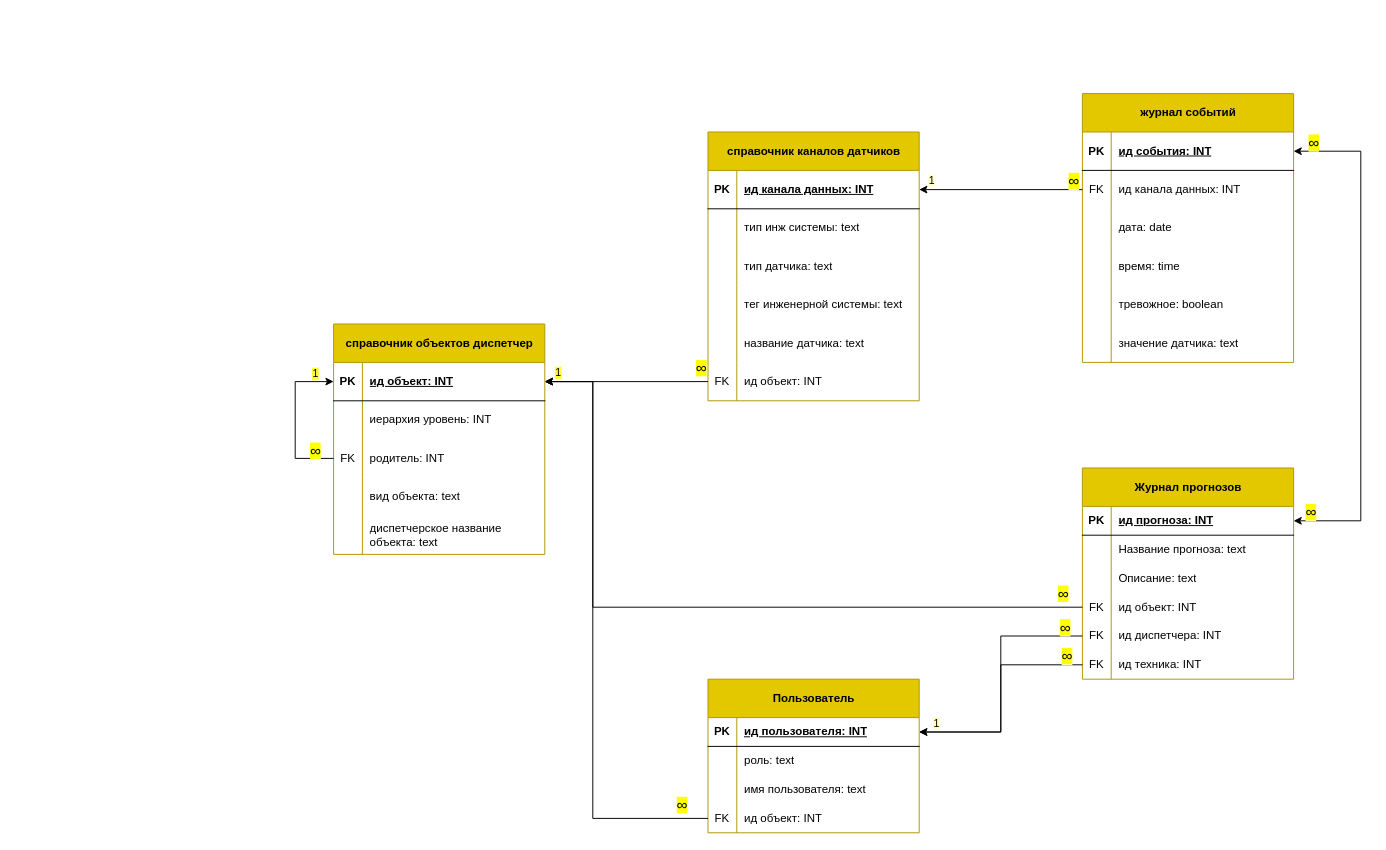
Earlier version of the draw.io diagram page "ERL" (2 of 3) of docs/diagram/ER.drawio (sa100h/lct). Source tidied: cells renumbered, new cells numbered last; positions are measured from the earlier drawing's top-left corner, leaving out a move shared by most shapes. Both pictures are drawn from the tidied source at 96%, with x=0, y=0 at pixel (295, 93).
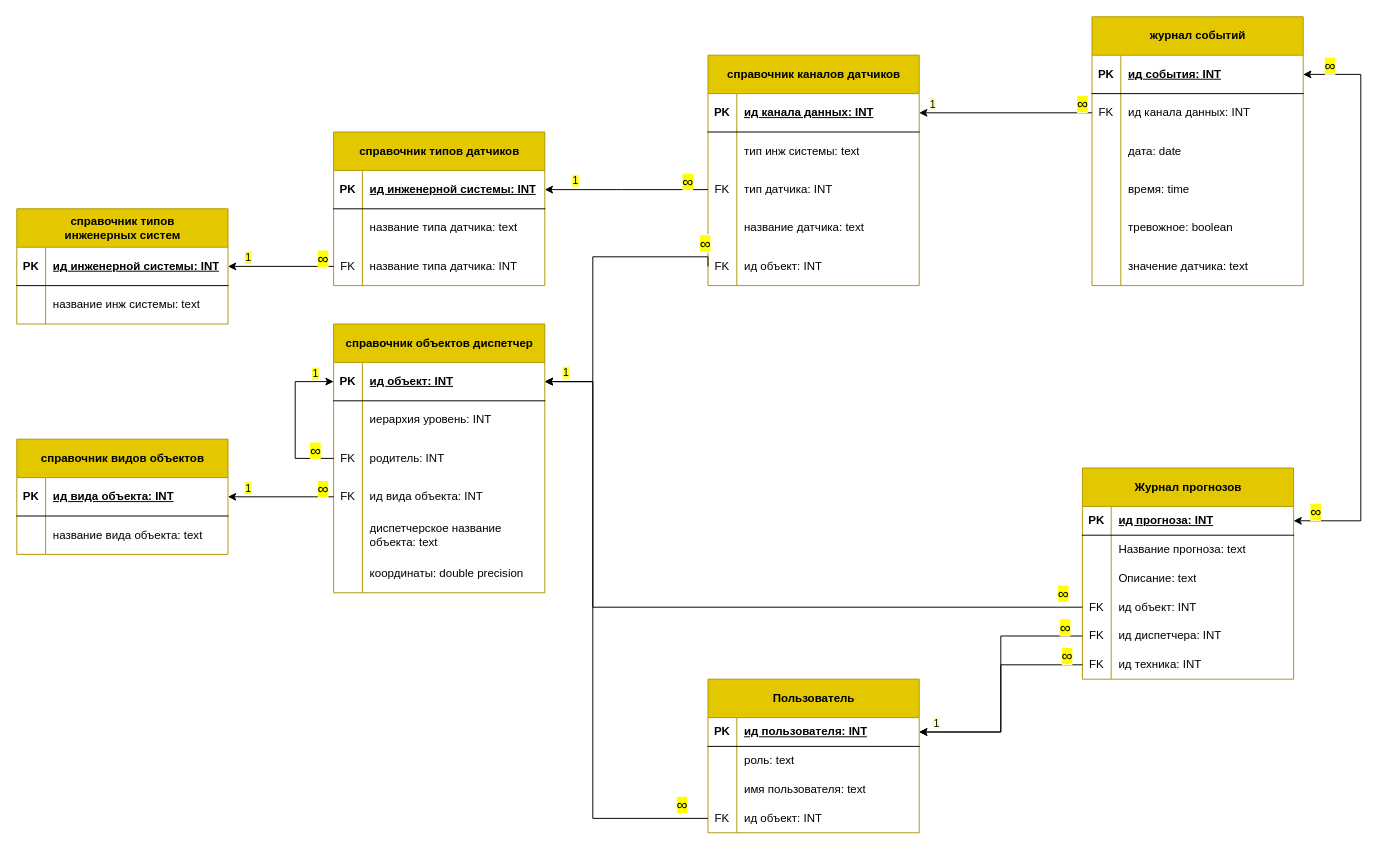
The same page after the edit.

Unchanged cells that the change refers to:
```xml
<mxCell id="3" style="shape=tableRow;horizontal=0;startSize=0;swimlaneHead=0;swimlaneBody=0;fillColor=none;points=[[0,0.5],[1,0.5]];portConstraint=eastwest;top=0;left=0;right=0;bottom=1;" parent="2" vertex="1">
  <mxGeometry y="40" width="220" height="40" as="geometry" />
</mxCell>
<mxCell id="12" style="shape=tableRow;horizontal=0;startSize=0;swimlaneHead=0;swimlaneBody=0;fillColor=none;points=[[0,0.5],[1,0.5]];portConstraint=eastwest;top=0;left=0;right=0;bottom=0;" parent="2" vertex="1">
  <mxGeometry y="160" width="220" height="40" as="geometry" />
</mxCell>
<mxCell id="25" style="shape=tableRow;horizontal=0;startSize=0;swimlaneHead=0;swimlaneBody=0;fillColor=none;points=[[0,0.5],[1,0.5]];portConstraint=eastwest;top=0;left=0;right=0;bottom=0;" parent="18" vertex="1">
  <mxGeometry y="120" width="220" height="40" as="geometry" />
</mxCell>
<mxCell id="41" style="shape=tableRow;horizontal=0;startSize=0;swimlaneHead=0;swimlaneBody=0;fillColor=none;points=[[0,0.5],[1,0.5]];portConstraint=eastwest;top=0;left=0;right=0;bottom=1;" parent="40" vertex="1">
  <mxGeometry y="40" width="220" height="40" as="geometry" />
</mxCell>
<mxCell id="81" style="shape=tableRow;horizontal=0;startSize=0;swimlaneHead=0;swimlaneBody=0;fillColor=none;points=[[0,0.5],[1,0.5]];portConstraint=eastwest;top=0;left=0;right=0;bottom=1;" parent="80" vertex="1">
  <mxGeometry y="40" width="220" height="30" as="geometry" />
</mxCell>
```

Diff of the diagram source:
```diff
@@
     <mxCell id="2" value="справочник объектов диспетчер" style="shape=table;startSize=40;childLayout=tableLayout;rowLines=0;fontStyle=1;align=center;html=1;fillColor=#e3c800;fontColor=#000000;strokeColor=#B09500;" parent="1" vertex="1">
-      <mxGeometry x="40" y="240" width="220" height="240" as="geometry" />
+      <mxGeometry x="40" y="240" width="220" height="280" as="geometry" />
     </mxCell>
@@
-    <mxCell id="13" style="shape=partialRectangle;fillColor=none;top=0;left=0;bottom=0;right=0;overflow=hidden;whiteSpace=wrap;html=1;" parent="12" vertex="1">
+    <mxCell id="13" value="FK" style="shape=partialRectangle;fillColor=none;top=0;left=0;bottom=0;right=0;overflow=hidden;whiteSpace=wrap;html=1;" parent="12" vertex="1">
       <mxGeometry width="30" height="40" as="geometry" />
     </mxCell>
-    <mxCell id="14" value="вид объекта: text" style="shape=partialRectangle;fillColor=none;top=0;left=0;bottom=0;right=0;align=left;spacingLeft=6;overflow=hidden;whiteSpace=wrap;html=1;" parent="12" vertex="1">
+    <mxCell id="14" value="ид вида объекта: INT" style="shape=partialRectangle;fillColor=none;top=0;left=0;bottom=0;right=0;align=left;spacingLeft=6;overflow=hidden;whiteSpace=wrap;html=1;" parent="12" vertex="1">
       <mxGeometry x="30" width="190" height="40" as="geometry" />
     </mxCell>
@@
+    <mxCell id="109" style="shape=tableRow;horizontal=0;startSize=0;swimlaneHead=0;swimlaneBody=0;fillColor=none;top=0;left=0;right=0;bottom=0;" parent="2" vertex="1">
+      <mxGeometry y="240" width="220" height="40" as="geometry" />
+    </mxCell>
+    <mxCell id="110" style="shape=partialRectangle;fillColor=none;top=0;left=0;bottom=0;right=0;overflow=hidden;whiteSpace=wrap;html=1;" parent="109" vertex="1">
+      <mxGeometry width="30" height="40" as="geometry" />
+    </mxCell>
+    <mxCell id="111" value="координаты: double precision" style="shape=partialRectangle;fillColor=none;top=0;left=0;bottom=0;right=0;align=left;spacingLeft=6;overflow=hidden;whiteSpace=wrap;html=1;" parent="109" vertex="1">
+      <mxGeometry x="30" width="190" height="40" as="geometry" />
+    </mxCell>
     <mxCell id="18" value="справочник каналов датчиков" style="shape=table;startSize=40;childLayout=tableLayout;rowLines=0;fontStyle=1;align=center;html=1;fillColor=#e3c800;fontColor=#000000;strokeColor=#B09500;" parent="1" vertex="1">
-      <mxGeometry x="430" y="40" width="220" height="280" as="geometry" />
+      <mxGeometry x="430" y="-40" width="220" height="240" as="geometry" />
     </mxCell>
@@
-    <mxCell id="26" style="shape=partialRectangle;fillColor=none;top=0;left=0;bottom=0;right=0;overflow=hidden;whiteSpace=wrap;html=1;" parent="25" vertex="1">
+    <mxCell id="26" value="FK" style="shape=partialRectangle;fillColor=none;top=0;left=0;bottom=0;right=0;overflow=hidden;whiteSpace=wrap;html=1;" parent="25" vertex="1">
       <mxGeometry width="30" height="40" as="geometry" />
     </mxCell>
-    <mxCell id="27" value="тип датчика: text" style="shape=partialRectangle;fillColor=none;top=0;left=0;bottom=0;right=0;align=left;spacingLeft=6;overflow=hidden;whiteSpace=wrap;html=1;" parent="25" vertex="1">
+    <mxCell id="27" value="тип датчика: INT" style="shape=partialRectangle;fillColor=none;top=0;left=0;bottom=0;right=0;align=left;spacingLeft=6;overflow=hidden;whiteSpace=wrap;html=1;" parent="25" vertex="1">
       <mxGeometry x="30" width="190" height="40" as="geometry" />
     </mxCell>
-    <mxCell id="28" style="shape=tableRow;horizontal=0;startSize=0;swimlaneHead=0;swimlaneBody=0;fillColor=none;top=0;left=0;right=0;bottom=0;" parent="18" vertex="1">
-      <mxGeometry y="160" width="220" height="40" as="geometry" />
-    </mxCell>
-    <mxCell id="29" style="shape=partialRectangle;fillColor=none;top=0;left=0;bottom=0;right=0;overflow=hidden;whiteSpace=wrap;html=1;" parent="28" vertex="1">
-      <mxGeometry width="30" height="40" as="geometry" />
-    </mxCell>
-    <mxCell id="30" value="тег инженерной системы: text" style="shape=partialRectangle;fillColor=none;top=0;left=0;bottom=0;right=0;align=left;spacingLeft=6;overflow=hidden;whiteSpace=wrap;html=1;" parent="28" vertex="1">
-      <mxGeometry x="30" width="190" height="40" as="geometry" />
-    </mxCell>
     <mxCell id="31" style="shape=tableRow;horizontal=0;startSize=0;swimlaneHead=0;swimlaneBody=0;fillColor=none;top=0;left=0;right=0;bottom=0;" parent="18" vertex="1">
-      <mxGeometry y="200" width="220" height="40" as="geometry" />
+      <mxGeometry y="160" width="220" height="40" as="geometry" />
     </mxCell>
@@
     <mxCell id="34" style="shape=tableRow;horizontal=0;startSize=0;swimlaneHead=0;swimlaneBody=0;fillColor=none;points=[[0,0.5],[1,0.5]];portConstraint=eastwest;top=0;left=0;right=0;bottom=0;" parent="18" vertex="1">
-      <mxGeometry y="240" width="220" height="40" as="geometry" />
+      <mxGeometry y="200" width="220" height="40" as="geometry" />
     </mxCell>
@@
     <mxCell id="40" value="журнал событий" style="shape=table;startSize=40;childLayout=tableLayout;rowLines=0;fontStyle=1;align=center;html=1;fillColor=#e3c800;fontColor=#000000;strokeColor=#B09500;" parent="1" vertex="1">
-      <mxGeometry x="820" width="220" height="280" as="geometry" />
+      <mxGeometry x="830" y="-80" width="220" height="280" as="geometry" />
     </mxCell>
@@
     <mxCell id="72" style="edgeStyle=orthogonalEdgeStyle;rounded=0;jettySize=auto;html=1;exitX=0;exitY=0.5;exitDx=0;exitDy=0;entryX=1;entryY=0.5;entryDx=0;entryDy=0;" parent="1" edge="1" source="34" target="3">
-      <mxGeometry relative="1" as="geometry" />
+      <mxGeometry relative="1" as="geometry">
+        <Array as="points">
+          <mxPoint x="310" y="170" />
+          <mxPoint x="310" y="300" />
+        </Array>
+      </mxGeometry>
     </mxCell>
@@
     <mxCell id="99" style="edgeStyle=orthogonalEdgeStyle;rounded=0;jettySize=auto;html=1;entryX=1;entryY=0.5;entryDx=0;entryDy=0;exitX=1;exitY=0.5;exitDx=0;exitDy=0;startArrow=classic;startFill=1;" parent="1" edge="1" source="41" target="81">
       <mxGeometry relative="1" as="geometry">
         <Array as="points">
-          <mxPoint x="1110" y="60" />
+          <mxPoint x="1110" y="-20" />
           <mxPoint x="1110" y="445" />
         </Array>
       </mxGeometry>
     </mxCell>
@@
+    <mxCell id="112" value="справочник видов объектов" style="shape=table;startSize=40;childLayout=tableLayout;rowLines=0;fontStyle=1;align=center;html=1;fillColor=#e3c800;fontColor=#000000;strokeColor=#B09500;" parent="1" vertex="1">
+      <mxGeometry x="-290" y="360" width="220" height="120" as="geometry" />
+    </mxCell>
+    <mxCell id="113" style="shape=tableRow;horizontal=0;startSize=0;swimlaneHead=0;swimlaneBody=0;fillColor=none;points=[[0,0.5],[1,0.5]];portConstraint=eastwest;top=0;left=0;right=0;bottom=1;" parent="112" vertex="1">
+      <mxGeometry y="40" width="220" height="40" as="geometry" />
+    </mxCell>
+    <mxCell id="114" value="PK" style="shape=partialRectangle;fillColor=none;top=0;left=0;bottom=0;right=0;fontStyle=1;overflow=hidden;whiteSpace=wrap;html=1;" parent="113" vertex="1">
+      <mxGeometry width="30" height="40" as="geometry" />
+    </mxCell>
+    <mxCell id="115" value="ид вида объекта: INT" style="shape=partialRectangle;fillColor=none;top=0;left=0;bottom=0;right=0;align=left;spacingLeft=6;fontStyle=5;overflow=hidden;whiteSpace=wrap;html=1;" parent="113" vertex="1">
+      <mxGeometry x="30" width="190" height="40" as="geometry" />
+    </mxCell>
+    <mxCell id="116" style="shape=tableRow;horizontal=0;startSize=0;swimlaneHead=0;swimlaneBody=0;fillColor=none;top=0;left=0;right=0;bottom=0;" parent="112" vertex="1">
+      <mxGeometry y="80" width="220" height="40" as="geometry" />
+    </mxCell>
+    <mxCell id="117" style="shape=partialRectangle;fillColor=none;top=0;left=0;bottom=0;right=0;overflow=hidden;whiteSpace=wrap;html=1;" parent="116" vertex="1">
+      <mxGeometry width="30" height="40" as="geometry" />
+    </mxCell>
+    <mxCell id="118" value="название вида объекта: text" style="shape=partialRectangle;fillColor=none;top=0;left=0;bottom=0;right=0;align=left;spacingLeft=6;overflow=hidden;whiteSpace=wrap;html=1;" parent="116" vertex="1">
+      <mxGeometry x="30" width="190" height="40" as="geometry" />
+    </mxCell>
+    <mxCell id="119" value="справочник типов&lt;br&gt;инженерных систем" style="shape=table;startSize=40;childLayout=tableLayout;rowLines=0;fontStyle=1;align=center;html=1;fillColor=#e3c800;fontColor=#000000;strokeColor=#B09500;" parent="1" vertex="1">
+      <mxGeometry x="-290" y="120" width="220" height="120" as="geometry" />
+    </mxCell>
+    <mxCell id="120" style="shape=tableRow;horizontal=0;startSize=0;swimlaneHead=0;swimlaneBody=0;fillColor=none;points=[[0,0.5],[1,0.5]];portConstraint=eastwest;top=0;left=0;right=0;bottom=1;" parent="119" vertex="1">
+      <mxGeometry y="40" width="220" height="40" as="geometry" />
+    </mxCell>
+    <mxCell id="121" value="PK" style="shape=partialRectangle;fillColor=none;top=0;left=0;bottom=0;right=0;fontStyle=1;overflow=hidden;whiteSpace=wrap;html=1;" parent="120" vertex="1">
+      <mxGeometry width="30" height="40" as="geometry" />
+    </mxCell>
+    <mxCell id="122" value="ид инженерной системы: INT" style="shape=partialRectangle;fillColor=none;top=0;left=0;bottom=0;right=0;align=left;spacingLeft=6;fontStyle=5;overflow=hidden;whiteSpace=wrap;html=1;" parent="120" vertex="1">
+      <mxGeometry x="30" width="190" height="40" as="geometry" />
+    </mxCell>
+    <mxCell id="123" style="shape=tableRow;horizontal=0;startSize=0;swimlaneHead=0;swimlaneBody=0;fillColor=none;top=0;left=0;right=0;bottom=0;" parent="119" vertex="1">
+      <mxGeometry y="80" width="220" height="40" as="geometry" />
+    </mxCell>
+    <mxCell id="124" style="shape=partialRectangle;fillColor=none;top=0;left=0;bottom=0;right=0;overflow=hidden;whiteSpace=wrap;html=1;" parent="123" vertex="1">
+      <mxGeometry width="30" height="40" as="geometry" />
+    </mxCell>
+    <mxCell id="125" value="название инж системы: text" style="shape=partialRectangle;fillColor=none;top=0;left=0;bottom=0;right=0;align=left;spacingLeft=6;overflow=hidden;whiteSpace=wrap;html=1;" parent="123" vertex="1">
+      <mxGeometry x="30" width="190" height="40" as="geometry" />
+    </mxCell>
+    <mxCell id="126" value="справочник типов датчиков" style="shape=table;startSize=40;childLayout=tableLayout;rowLines=0;fontStyle=1;align=center;html=1;fillColor=#e3c800;fontColor=#000000;strokeColor=#B09500;" parent="1" vertex="1">
+      <mxGeometry x="40" y="40" width="220" height="160" as="geometry" />
+    </mxCell>
+    <mxCell id="127" style="shape=tableRow;horizontal=0;startSize=0;swimlaneHead=0;swimlaneBody=0;fillColor=none;points=[[0,0.5],[1,0.5]];portConstraint=eastwest;top=0;left=0;right=0;bottom=1;" parent="126" vertex="1">
+      <mxGeometry y="40" width="220" height="40" as="geometry" />
+    </mxCell>
+    <mxCell id="128" value="PK" style="shape=partialRectangle;fillColor=none;top=0;left=0;bottom=0;right=0;fontStyle=1;overflow=hidden;whiteSpace=wrap;html=1;" parent="127" vertex="1">
+      <mxGeometry width="30" height="40" as="geometry" />
+    </mxCell>
+    <mxCell id="129" value="ид инженерной системы: INT" style="shape=partialRectangle;fillColor=none;top=0;left=0;bottom=0;right=0;align=left;spacingLeft=6;fontStyle=5;overflow=hidden;whiteSpace=wrap;html=1;" parent="127" vertex="1">
+      <mxGeometry x="30" width="190" height="40" as="geometry" />
+    </mxCell>
+    <mxCell id="130" style="shape=tableRow;horizontal=0;startSize=0;swimlaneHead=0;swimlaneBody=0;fillColor=none;top=0;left=0;right=0;bottom=0;" parent="126" vertex="1">
+      <mxGeometry y="80" width="220" height="40" as="geometry" />
+    </mxCell>
+    <mxCell id="131" style="shape=partialRectangle;fillColor=none;top=0;left=0;bottom=0;right=0;overflow=hidden;whiteSpace=wrap;html=1;" parent="130" vertex="1">
+      <mxGeometry width="30" height="40" as="geometry" />
+    </mxCell>
+    <mxCell id="132" value="название типа датчика: text" style="shape=partialRectangle;fillColor=none;top=0;left=0;bottom=0;right=0;align=left;spacingLeft=6;overflow=hidden;whiteSpace=wrap;html=1;" parent="130" vertex="1">
+      <mxGeometry x="30" width="190" height="40" as="geometry" />
+    </mxCell>
+    <mxCell id="133" style="shape=tableRow;horizontal=0;startSize=0;swimlaneHead=0;swimlaneBody=0;fillColor=none;points=[[0,0.5],[1,0.5]];portConstraint=eastwest;top=0;left=0;right=0;bottom=0;" parent="126" vertex="1">
+      <mxGeometry y="120" width="220" height="40" as="geometry" />
+    </mxCell>
+    <mxCell id="134" value="FK" style="shape=partialRectangle;fillColor=none;top=0;left=0;bottom=0;right=0;overflow=hidden;whiteSpace=wrap;html=1;" parent="133" vertex="1">
+      <mxGeometry width="30" height="40" as="geometry" />
+    </mxCell>
+    <mxCell id="135" value="название типа датчика: INT" style="shape=partialRectangle;fillColor=none;top=0;left=0;bottom=0;right=0;align=left;spacingLeft=6;overflow=hidden;whiteSpace=wrap;html=1;" parent="133" vertex="1">
+      <mxGeometry x="30" width="190" height="40" as="geometry" />
+    </mxCell>
+    <mxCell id="136" style="edgeStyle=orthogonalEdgeStyle;rounded=0;jettySize=auto;html=1;exitX=0;exitY=0.5;exitDx=0;exitDy=0;entryX=1;entryY=0.5;entryDx=0;entryDy=0;" parent="1" edge="1" source="12" target="113">
+      <mxGeometry relative="1" as="geometry">
+        <Array as="points">
+          <mxPoint x="20" y="420" />
+          <mxPoint x="20" y="420" />
+        </Array>
+      </mxGeometry>
+    </mxCell>
+    <mxCell id="137" value="1" style="edgeLabel;html=1;align=center;verticalAlign=middle;labelBackgroundColor=#FFFF33;fontColor=#000000;" parent="136" vertex="1">
+      <mxGeometry x="0.65" y="-3" relative="1" as="geometry">
+        <mxPoint x="1" y="-7" as="offset" />
+      </mxGeometry>
+    </mxCell>
+    <mxCell id="138" value="&lt;mark style=&quot;font-family: &amp;quot;Google Sans&amp;quot;, Arial, sans-serif, &amp;quot;Noto Color Emoji&amp;quot;; font-size: 16px; margin: 0px; border-bottom: 0px rgb(238, 240, 255);&quot; class=&quot;MAeH&quot;&gt;∞&lt;/mark&gt;" style="edgeLabel;html=1;align=center;verticalAlign=middle;" parent="136" vertex="1">
+      <mxGeometry x="-0.67" y="3" relative="1" as="geometry">
+        <mxPoint x="6" y="-12" as="offset" />
+      </mxGeometry>
+    </mxCell>
+    <mxCell id="139" style="edgeStyle=orthogonalEdgeStyle;rounded=0;jettySize=auto;html=1;exitX=0;exitY=0.5;exitDx=0;exitDy=0;entryX=1;entryY=0.5;entryDx=0;entryDy=0;" parent="1" edge="1" source="25" target="127">
+      <mxGeometry relative="1" as="geometry">
+        <Array as="points">
+          <mxPoint x="340" y="100" />
+          <mxPoint x="340" y="100" />
+        </Array>
+      </mxGeometry>
+    </mxCell>
+    <mxCell id="140" value="1" style="edgeLabel;html=1;align=center;verticalAlign=middle;labelBackgroundColor=#FFFF33;fontColor=#000000;" parent="139" vertex="1">
+      <mxGeometry x="0.65" y="-3" relative="1" as="geometry">
+        <mxPoint x="1" y="-7" as="offset" />
+      </mxGeometry>
+    </mxCell>
+    <mxCell id="141" value="&lt;mark style=&quot;font-family: &amp;quot;Google Sans&amp;quot;, Arial, sans-serif, &amp;quot;Noto Color Emoji&amp;quot;; font-size: 16px; margin: 0px; border-bottom: 0px rgb(238, 240, 255);&quot; class=&quot;MAeH&quot;&gt;∞&lt;/mark&gt;" style="edgeLabel;html=1;align=center;verticalAlign=middle;" parent="139" vertex="1">
+      <mxGeometry x="-0.67" y="3" relative="1" as="geometry">
+        <mxPoint x="6" y="-12" as="offset" />
+      </mxGeometry>
+    </mxCell>
+    <mxCell id="142" style="edgeStyle=orthogonalEdgeStyle;rounded=0;jettySize=auto;html=1;exitX=0;exitY=0.5;exitDx=0;exitDy=0;entryX=1;entryY=0.5;entryDx=0;entryDy=0;" parent="1" edge="1" source="133" target="120">
+      <mxGeometry relative="1" as="geometry">
+        <Array as="points">
+          <mxPoint x="40" y="180" />
+        </Array>
+      </mxGeometry>
+    </mxCell>
+    <mxCell id="143" value="1" style="edgeLabel;html=1;align=center;verticalAlign=middle;labelBackgroundColor=#FFFF33;fontColor=#000000;" parent="142" vertex="1">
+      <mxGeometry x="0.65" y="-3" relative="1" as="geometry">
+        <mxPoint x="1" y="-7" as="offset" />
+      </mxGeometry>
+    </mxCell>
+    <mxCell id="144" value="&lt;mark style=&quot;font-family: &amp;quot;Google Sans&amp;quot;, Arial, sans-serif, &amp;quot;Noto Color Emoji&amp;quot;; font-size: 16px; margin: 0px; border-bottom: 0px rgb(238, 240, 255);&quot; class=&quot;MAeH&quot;&gt;∞&lt;/mark&gt;" style="edgeLabel;html=1;align=center;verticalAlign=middle;" parent="142" vertex="1">
+      <mxGeometry x="-0.67" y="3" relative="1" as="geometry">
+        <mxPoint x="6" y="-12" as="offset" />
+      </mxGeometry>
+    </mxCell>
```
